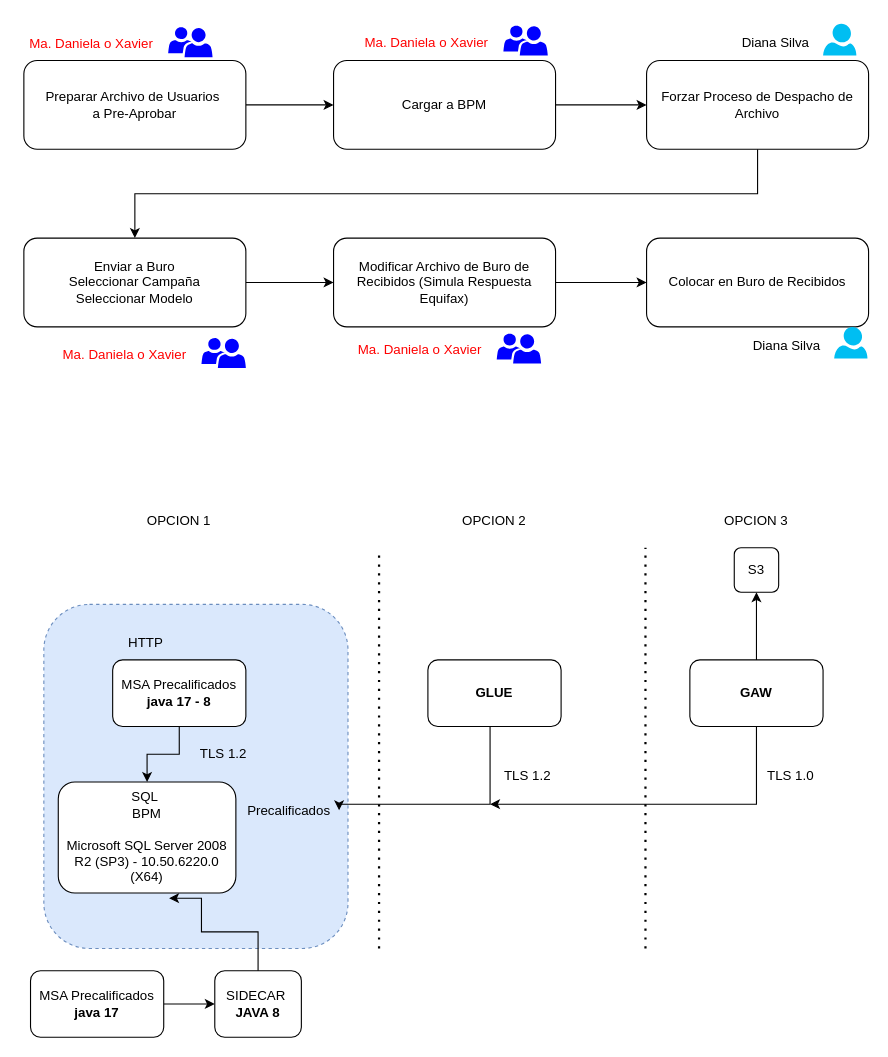
This is page "Flujo de Pre-Calificación" (20 of 20) of Untitled Diagram.drawio from jrocafuerte/BookStore, a draw.io file, before an edit. Source tidied: cells renumbered, new cells numbered last; positions are measured from the earlier drawing's top-left corner, leaving out a move shared by most shapes. Both pictures are drawn from the tidied source at 111%, with x=0, y=0 at pixel (19, 23).
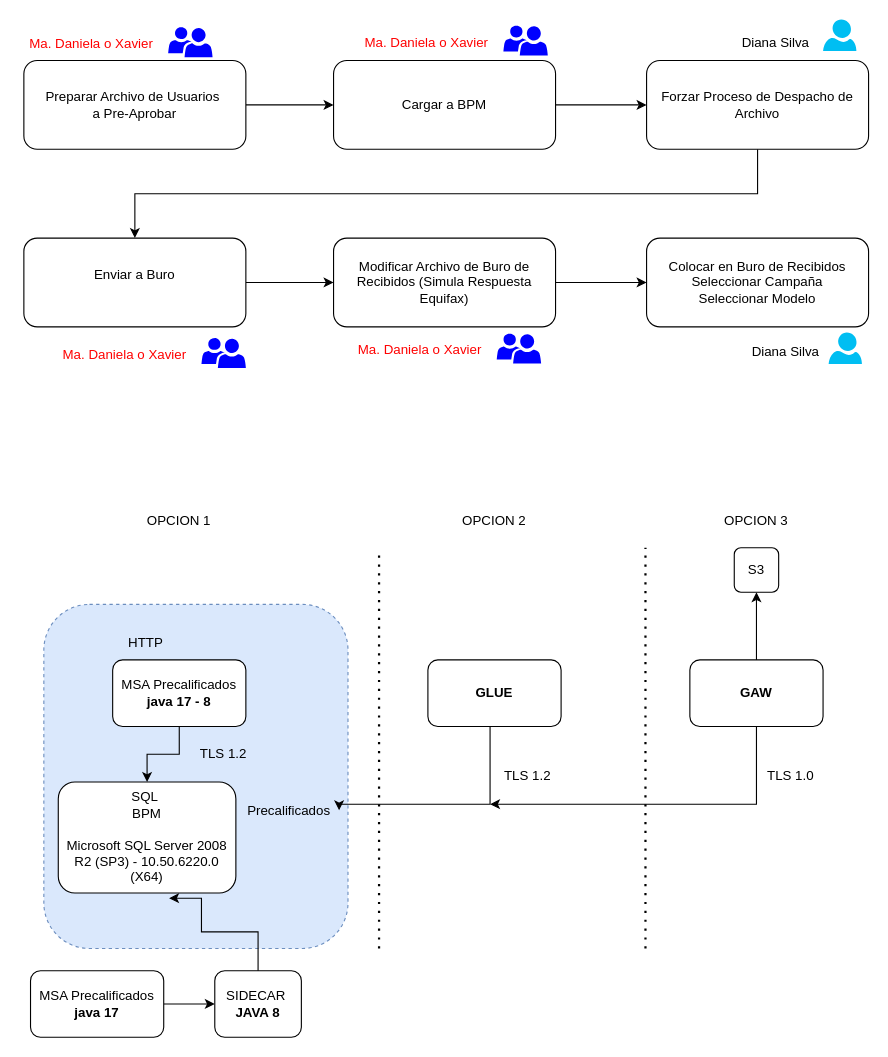
Above is the later version.

The edit, as a diff of the source:
```diff
@@
-    <mxCell id="10" value="Enviar a Buro&lt;div&gt;Seleccionar Campaña&lt;/div&gt;&lt;div&gt;Seleccionar Modelo&lt;/div&gt;" style="rounded=1;whiteSpace=wrap;html=1;" parent="1" vertex="1">
+    <mxCell id="10" value="Enviar a Buro&lt;div&gt;&lt;br&gt;&lt;/div&gt;" style="rounded=1;whiteSpace=wrap;html=1;" parent="1" vertex="1">
       <mxGeometry x="4" y="193" width="200" height="80" as="geometry" />
     </mxCell>
@@
-    <mxCell id="13" value="&lt;div&gt;Colocar en Buro de Recibidos&lt;/div&gt;" style="rounded=1;whiteSpace=wrap;html=1;" parent="1" vertex="1">
+    <mxCell id="13" value="&lt;div&gt;Colocar en Buro de Recibidos&lt;/div&gt;&lt;div&gt;&lt;div&gt;Seleccionar Campaña&lt;/div&gt;&lt;div&gt;Seleccionar Modelo&lt;/div&gt;&lt;/div&gt;" style="rounded=1;whiteSpace=wrap;html=1;" parent="1" vertex="1">
       <mxGeometry x="565" y="193" width="200" height="80" as="geometry" />
     </mxCell>
@@
     <mxCell id="22" style="verticalLabelPosition=bottom;html=1;verticalAlign=top;align=center;strokeColor=none;fillColor=#00BEF2;shape=mxgraph.azure.user;" parent="1" vertex="1">
-      <mxGeometry x="724" width="30" height="28.5" as="geometry" />
+      <mxGeometry x="724" y="-4" width="30" height="28.5" as="geometry" />
     </mxCell>
@@
     <mxCell id="24" style="verticalLabelPosition=bottom;html=1;verticalAlign=top;align=center;strokeColor=none;fillColor=#00BEF2;shape=mxgraph.azure.user;" parent="1" vertex="1">
-      <mxGeometry x="734" y="273" width="30" height="28.5" as="geometry" />
+      <mxGeometry x="729" y="278" width="30" height="28.5" as="geometry" />
     </mxCell>
     <mxCell id="25" value="Diana Silva" style="text;html=1;align=center;verticalAlign=middle;whiteSpace=wrap;rounded=0;" parent="1" vertex="1">
-      <mxGeometry x="651" y="274.5" width="81" height="30" as="geometry" />
+      <mxGeometry x="650" y="280.5" width="81" height="30" as="geometry" />
     </mxCell>
```
